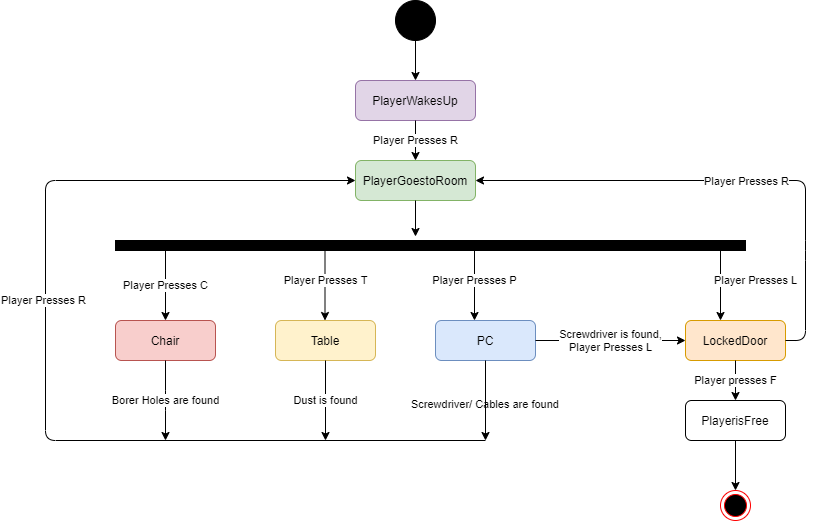
Above: Research and Design/AdventureGameMcastBreak.png in letiziam97/LetiziaMifsudSWD4.2Assignment (draw.io), before the change. Source tidied: cells renumbered, new cells last; positions are measured from the earlier drawing's top-left corner, leaving out a move shared by most shapes. Its diagram source:
```xml
<mxGraphModel>
  <root>
    <mxCell id="0" />
    <mxCell id="1" parent="0" />
    <mxCell id="2" style="ellipse;html=1;shape=endState;fillColor=#000000;strokeColor=#ff0000;" parent="1" vertex="1">
      <mxGeometry x="675" y="490" width="30" height="30" as="geometry" />
    </mxCell>
    <mxCell id="3" style="shape=ellipse;html=1;fillColor=#000000;fontSize=18;fontColor=#ffffff;" parent="1" vertex="1">
      <mxGeometry x="350" width="40" height="40" as="geometry" />
    </mxCell>
    <mxCell id="4" value="PlayerisFree" style="shape=rect;rounded=1;html=1;whiteSpace=wrap;align=center;" parent="1" vertex="1">
      <mxGeometry x="640" y="400" width="100" height="40" as="geometry" />
    </mxCell>
    <mxCell id="5" value="LockedDoor" style="shape=rect;rounded=1;html=1;whiteSpace=wrap;align=center;fillColor=#ffe6cc;strokeColor=#d79b00;" parent="1" vertex="1">
      <mxGeometry x="640" y="320" width="100" height="40" as="geometry" />
    </mxCell>
    <mxCell id="6" value="Chair" style="shape=rect;rounded=1;html=1;whiteSpace=wrap;align=center;fillColor=#f8cecc;strokeColor=#b85450;" parent="1" vertex="1">
      <mxGeometry x="70" y="320" width="100" height="40" as="geometry" />
    </mxCell>
    <mxCell id="7" value="Table" style="shape=rect;rounded=1;html=1;whiteSpace=wrap;align=center;fillColor=#fff2cc;strokeColor=#d6b656;" parent="1" vertex="1">
      <mxGeometry x="230" y="320" width="100" height="40" as="geometry" />
    </mxCell>
    <mxCell id="8" value="PlayerWakesUp" style="shape=rect;rounded=1;html=1;whiteSpace=wrap;align=center;fillColor=#e1d5e7;strokeColor=#9673a6;" parent="1" vertex="1">
      <mxGeometry x="310" y="80" width="120" height="40" as="geometry" />
    </mxCell>
    <mxCell id="9" value="PlayerGoestoRoom" style="shape=rect;rounded=1;html=1;whiteSpace=wrap;align=center;fillColor=#d5e8d4;strokeColor=#82b366;" parent="1" vertex="1">
      <mxGeometry x="310" y="160" width="120" height="40" as="geometry" />
    </mxCell>
    <mxCell id="10" style="endArrow=classic;html=1;exitX=0.5;exitY=1;exitDx=0;exitDy=0;entryX=0.5;entryY=0;entryDx=0;entryDy=0;" parent="1" edge="1" source="3" target="8">
      <mxGeometry relative="1" as="geometry" />
    </mxCell>
    <mxCell id="11" style="rounded=0;whiteSpace=wrap;html=1;fillColor=#000000;strokeWidth=1;" parent="1" vertex="1">
      <mxGeometry x="70" y="240" width="630" height="10" as="geometry" />
    </mxCell>
    <mxCell id="12" value="Player Presses R" style="endArrow=classic;html=1;exitX=0.5;exitY=1;exitDx=0;exitDy=0;entryX=0.5;entryY=0;entryDx=0;entryDy=0;" parent="1" edge="1" source="8" target="9">
      <mxGeometry relative="1" as="geometry" />
    </mxCell>
    <mxCell id="13" value="PC" style="shape=rect;rounded=1;html=1;whiteSpace=wrap;align=center;fillColor=#dae8fc;strokeColor=#6c8ebf;" parent="1" vertex="1">
      <mxGeometry x="390" y="320" width="100" height="40" as="geometry" />
    </mxCell>
    <mxCell id="14" style="endArrow=classic;html=1;exitX=0.5;exitY=1;exitDx=0;exitDy=0;" parent="1" edge="1" source="9">
      <mxGeometry relative="1" as="geometry">
        <mxPoint x="370" y="236" as="targetPoint" />
      </mxGeometry>
    </mxCell>
    <mxCell id="15" style="endArrow=classic;html=1;exitX=0.5;exitY=1;exitDx=0;exitDy=0;entryX=0.5;entryY=0;entryDx=0;entryDy=0;" parent="1" edge="1" source="4" target="2">
      <mxGeometry relative="1" as="geometry" />
    </mxCell>
    <mxCell id="16" value="Player Presses C" style="endArrow=classic;html=1;entryX=0.5;entryY=0;entryDx=0;entryDy=0;" parent="1" edge="1" target="6">
      <mxGeometry relative="1" as="geometry">
        <mxPoint x="120" y="250" as="sourcePoint" />
      </mxGeometry>
    </mxCell>
    <mxCell id="17" value="Player Presses T" style="endArrow=classic;html=1;entryX=0.5;entryY=0;entryDx=0;entryDy=0;" parent="1" edge="1">
      <mxGeometry relative="1" as="geometry">
        <mxPoint x="279.5" y="240" as="sourcePoint" />
        <mxPoint x="279.5" y="320" as="targetPoint" />
      </mxGeometry>
    </mxCell>
    <mxCell id="18" value="Player Presses P" style="endArrow=classic;html=1;entryX=0.5;entryY=0;entryDx=0;entryDy=0;" parent="1" edge="1">
      <mxGeometry relative="1" as="geometry">
        <mxPoint x="429" y="240" as="sourcePoint" />
        <mxPoint x="429" y="320" as="targetPoint" />
      </mxGeometry>
    </mxCell>
    <mxCell id="19" value="Player Presses L" style="endArrow=classic;html=1;entryX=0.5;entryY=0;entryDx=0;entryDy=0;" parent="1" edge="1">
      <mxGeometry y="35" relative="1" as="geometry">
        <mxPoint x="675" y="240" as="sourcePoint" />
        <mxPoint x="675" y="320" as="targetPoint" />
      </mxGeometry>
    </mxCell>
    <mxCell id="20" value="&lt;span style=&quot;color: rgb(0 , 0 , 0) ; font-family: &amp;#34;helvetica&amp;#34; ; font-size: 11px ; font-style: normal ; font-weight: 400 ; letter-spacing: normal ; text-align: center ; text-indent: 0px ; text-transform: none ; word-spacing: 0px ; background-color: rgb(255 , 255 , 255) ; display: inline ; float: none&quot;&gt;Borer Holes are found&lt;/span&gt;&lt;br&gt;" style="endArrow=classic;html=1;exitX=0.5;exitY=1;exitDx=0;exitDy=0;" parent="1" edge="1" source="6">
      <mxGeometry relative="1" as="geometry">
        <mxPoint x="120" y="440" as="targetPoint" />
        <Array as="points">
          <mxPoint x="120" y="400" />
        </Array>
      </mxGeometry>
    </mxCell>
    <mxCell id="21" value="Screwdriver is found,&lt;br&gt;Player Presses L" style="endArrow=classic;html=1;entryX=0;entryY=0.5;entryDx=0;entryDy=0;exitX=1;exitY=0.5;exitDx=0;exitDy=0;" parent="1" edge="1" source="13" target="5">
      <mxGeometry relative="1" as="geometry" />
    </mxCell>
    <mxCell id="22" value="Player presses F" style="endArrow=classic;html=1;exitX=0.5;exitY=1;exitDx=0;exitDy=0;entryX=0.5;entryY=0;entryDx=0;entryDy=0;" parent="1" edge="1" source="5" target="4">
      <mxGeometry relative="1" as="geometry" />
    </mxCell>
    <mxCell id="23" value="Dust is found" style="endArrow=classic;html=1;exitX=0.5;exitY=1;exitDx=0;exitDy=0;" parent="1" edge="1" source="7">
      <mxGeometry relative="1" as="geometry">
        <mxPoint x="280" y="440" as="targetPoint" />
      </mxGeometry>
    </mxCell>
    <mxCell id="24" style="endArrow=classic;html=1;entryX=1;entryY=0.5;entryDx=0;entryDy=0;exitX=1;exitY=0.5;exitDx=0;exitDy=0;" parent="1" edge="1" source="5" target="9">
      <mxGeometry relative="1" as="geometry">
        <Array as="points">
          <mxPoint x="760" y="340" />
          <mxPoint x="760" y="250" />
          <mxPoint x="760" y="180" />
        </Array>
      </mxGeometry>
    </mxCell>
    <mxCell id="25" value="Player Presses R" style="edgeLabel;html=1;align=center;verticalAlign=middle;" parent="24" vertex="1">
      <mxGeometry x="-0.12" y="-1" relative="1" as="geometry">
        <mxPoint x="-15" y="1" as="offset" />
      </mxGeometry>
    </mxCell>
    <mxCell id="26" value="&lt;span style=&quot;color: rgb(0, 0, 0); font-family: helvetica; font-size: 11px; font-style: normal; font-weight: 400; letter-spacing: normal; text-align: center; text-indent: 0px; text-transform: none; word-spacing: 0px; background-color: rgb(255, 255, 255); display: inline; float: none;&quot;&gt;Screwdriver/ Cables are found&lt;/span&gt;" style="text;whiteSpace=wrap;html=1;" parent="1" vertex="1">
      <mxGeometry x="364" y="390" width="170" height="30" as="geometry" />
    </mxCell>
    <mxCell id="27" style="endArrow=classic;html=1;exitX=0.5;exitY=1;exitDx=0;exitDy=0;" parent="1" edge="1" source="13">
      <mxGeometry relative="1" as="geometry">
        <mxPoint x="440" y="440" as="targetPoint" />
      </mxGeometry>
    </mxCell>
    <mxCell id="28" style="endArrow=classic;html=1;entryX=0;entryY=0.5;entryDx=0;entryDy=0;" parent="1" edge="1" target="9">
      <mxGeometry relative="1" as="geometry">
        <mxPoint x="440" y="440" as="sourcePoint" />
        <Array as="points">
          <mxPoint y="440" />
          <mxPoint y="180" />
        </Array>
      </mxGeometry>
    </mxCell>
    <mxCell id="29" value="Player Presses R" style="edgeLabel;html=1;align=center;verticalAlign=middle;" parent="28" vertex="1">
      <mxGeometry x="0.15" y="3" relative="1" as="geometry" />
    </mxCell>
  </root>
</mxGraphModel>
```
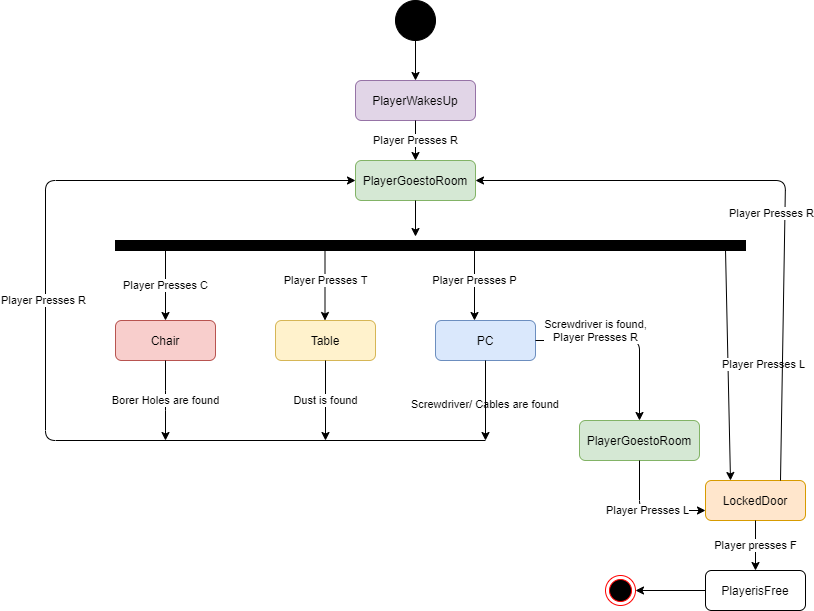
The same diagram one commit later.

The edit, as a diff of the source:
```diff
@@ -3,16 +3,16 @@
     <mxCell id="0" />
     <mxCell id="1" parent="0" />
     <mxCell id="2" style="ellipse;html=1;shape=endState;fillColor=#000000;strokeColor=#ff0000;" parent="1" vertex="1">
-      <mxGeometry x="675" y="490" width="30" height="30" as="geometry" />
+      <mxGeometry x="560" y="575" width="30" height="30" as="geometry" />
     </mxCell>
     <mxCell id="3" style="shape=ellipse;html=1;fillColor=#000000;fontSize=18;fontColor=#ffffff;" parent="1" vertex="1">
       <mxGeometry x="350" width="40" height="40" as="geometry" />
     </mxCell>
     <mxCell id="4" value="PlayerisFree" style="shape=rect;rounded=1;html=1;whiteSpace=wrap;align=center;" parent="1" vertex="1">
-      <mxGeometry x="640" y="400" width="100" height="40" as="geometry" />
+      <mxGeometry x="660" y="570" width="100" height="40" as="geometry" />
     </mxCell>
     <mxCell id="5" value="LockedDoor" style="shape=rect;rounded=1;html=1;whiteSpace=wrap;align=center;fillColor=#ffe6cc;strokeColor=#d79b00;" parent="1" vertex="1">
-      <mxGeometry x="640" y="320" width="100" height="40" as="geometry" />
+      <mxGeometry x="660" y="480" width="100" height="40" as="geometry" />
     </mxCell>
     <mxCell id="6" value="Chair" style="shape=rect;rounded=1;html=1;whiteSpace=wrap;align=center;fillColor=#f8cecc;strokeColor=#b85450;" parent="1" vertex="1">
       <mxGeometry x="70" y="320" width="100" height="40" as="geometry" />
@@ -43,7 +43,7 @@
         <mxPoint x="370" y="236" as="targetPoint" />
       </mxGeometry>
     </mxCell>
-    <mxCell id="15" style="endArrow=classic;html=1;exitX=0.5;exitY=1;exitDx=0;exitDy=0;entryX=0.5;entryY=0;entryDx=0;entryDy=0;" parent="1" edge="1" source="4" target="2">
+    <mxCell id="15" style="endArrow=classic;html=1;exitX=0;exitY=0.5;exitDx=0;exitDy=0;entryX=1;entryY=0.5;entryDx=0;entryDy=0;" parent="1" edge="1" source="4" target="2">
       <mxGeometry relative="1" as="geometry" />
     </mxCell>
     <mxCell id="16" value="Player Presses C" style="endArrow=classic;html=1;entryX=0.5;entryY=0;entryDx=0;entryDy=0;" parent="1" edge="1" target="6">
@@ -63,10 +63,9 @@
         <mxPoint x="429" y="320" as="targetPoint" />
       </mxGeometry>
     </mxCell>
-    <mxCell id="19" value="Player Presses L" style="endArrow=classic;html=1;entryX=0.5;entryY=0;entryDx=0;entryDy=0;" parent="1" edge="1">
+    <mxCell id="19" value="Player Presses L" style="endArrow=classic;html=1;entryX=0.25;entryY=0;entryDx=0;entryDy=0;" parent="1" edge="1" target="5">
       <mxGeometry y="35" relative="1" as="geometry">
-        <mxPoint x="675" y="240" as="sourcePoint" />
-        <mxPoint x="675" y="320" as="targetPoint" />
+        <mxPoint x="680" y="249" as="sourcePoint" />
       </mxGeometry>
     </mxCell>
     <mxCell id="20" value="&lt;span style=&quot;color: rgb(0 , 0 , 0) ; font-family: &amp;#34;helvetica&amp;#34; ; font-size: 11px ; font-style: normal ; font-weight: 400 ; letter-spacing: normal ; text-align: center ; text-indent: 0px ; text-transform: none ; word-spacing: 0px ; background-color: rgb(255 , 255 , 255) ; display: inline ; float: none&quot;&gt;Borer Holes are found&lt;/span&gt;&lt;br&gt;" style="endArrow=classic;html=1;exitX=0.5;exitY=1;exitDx=0;exitDy=0;" parent="1" edge="1" source="6">
@@ -77,8 +76,12 @@
         </Array>
       </mxGeometry>
     </mxCell>
-    <mxCell id="21" value="Screwdriver is found,&lt;br&gt;Player Presses L" style="endArrow=classic;html=1;entryX=0;entryY=0.5;entryDx=0;entryDy=0;exitX=1;exitY=0.5;exitDx=0;exitDy=0;" parent="1" edge="1" source="13" target="5">
-      <mxGeometry relative="1" as="geometry" />
+    <mxCell id="21" value="Screwdriver is found,&lt;br&gt;Player Presses R" style="endArrow=classic;html=1;exitX=1;exitY=0.5;exitDx=0;exitDy=0;entryX=0.5;entryY=0;entryDx=0;entryDy=0;" parent="1" edge="1" source="13" target="30">
+      <mxGeometry x="-0.35" y="10" relative="1" as="geometry">
+        <Array as="points">
+          <mxPoint x="594" y="340" />
+        </Array>
+      </mxGeometry>
     </mxCell>
     <mxCell id="22" value="Player presses F" style="endArrow=classic;html=1;exitX=0.5;exitY=1;exitDx=0;exitDy=0;entryX=0.5;entryY=0;entryDx=0;entryDy=0;" parent="1" edge="1" source="5" target="4">
       <mxGeometry relative="1" as="geometry" />
@@ -88,12 +91,10 @@
         <mxPoint x="280" y="440" as="targetPoint" />
       </mxGeometry>
     </mxCell>
-    <mxCell id="24" style="endArrow=classic;html=1;entryX=1;entryY=0.5;entryDx=0;entryDy=0;exitX=1;exitY=0.5;exitDx=0;exitDy=0;" parent="1" edge="1" source="5" target="9">
+    <mxCell id="24" style="endArrow=classic;html=1;entryX=1;entryY=0.5;entryDx=0;entryDy=0;exitX=0.75;exitY=0;exitDx=0;exitDy=0;" parent="1" edge="1" source="5" target="9">
       <mxGeometry relative="1" as="geometry">
         <Array as="points">
-          <mxPoint x="760" y="340" />
-          <mxPoint x="760" y="250" />
-          <mxPoint x="760" y="180" />
+          <mxPoint x="740" y="180" />
         </Array>
       </mxGeometry>
     </mxCell>
@@ -122,5 +123,15 @@
     <mxCell id="29" value="Player Presses R" style="edgeLabel;html=1;align=center;verticalAlign=middle;" parent="28" vertex="1">
       <mxGeometry x="0.15" y="3" relative="1" as="geometry" />
     </mxCell>
+    <mxCell id="30" value="PlayerGoestoRoom" style="shape=rect;rounded=1;html=1;whiteSpace=wrap;align=center;fillColor=#d5e8d4;strokeColor=#82b366;" parent="1" vertex="1">
+      <mxGeometry x="534" y="420" width="120" height="40" as="geometry" />
+    </mxCell>
+    <mxCell id="31" value="Player Presses L" style="endArrow=classic;html=1;exitX=0.5;exitY=1;exitDx=0;exitDy=0;entryX=0;entryY=0.75;entryDx=0;entryDy=0;" parent="1" edge="1" source="30" target="5">
+      <mxGeometry relative="1" as="geometry">
+        <Array as="points">
+          <mxPoint x="594" y="510" />
+        </Array>
+      </mxGeometry>
+    </mxCell>
   </root>
 </mxGraphModel>
```
